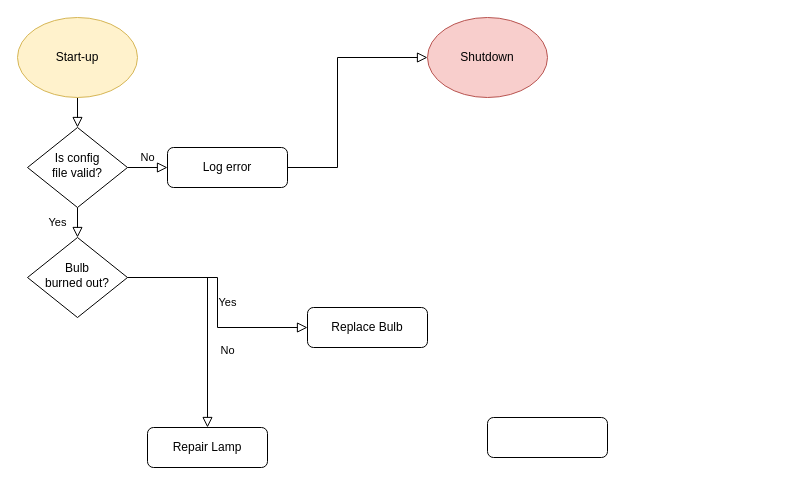
rchapin/backup_manager keeps this draw.io diagram as backupmanager/resources/drawio/backupmanager-process-flow.drawio. Above is the earlier version. Source tidied: cells renumbered, new cells numbered last; positions are measured from the earlier drawing's top-left corner, leaving out a move shared by most shapes. Both pictures are drawn from the tidied source at 100%, with x=0, y=0 at pixel (17, 17).
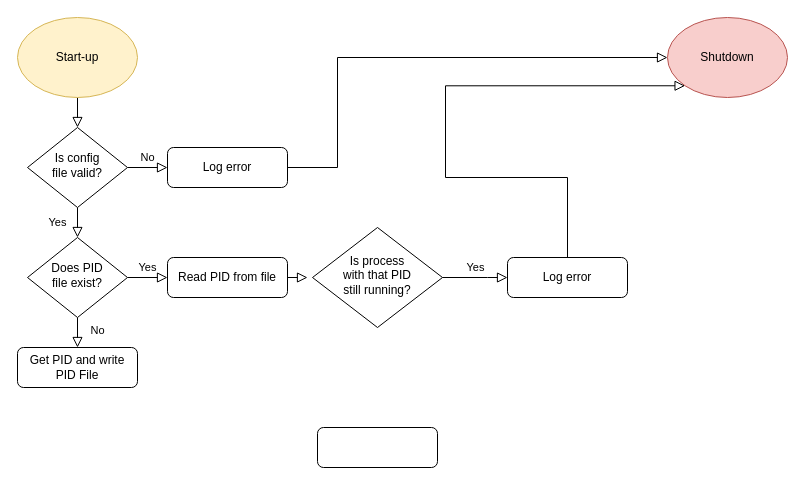
The same page after the edit.

Change to the diagram source:
```diff
@@
     <mxCell id="3" style="rounded=1;whiteSpace=wrap;html=1;fontSize=12;glass=0;strokeWidth=1;shadow=0;" parent="1" vertex="1">
-      <mxGeometry x="470" y="400" width="120" height="40" as="geometry" />
+      <mxGeometry x="300" y="410" width="120" height="40" as="geometry" />
     </mxCell>
@@
-    <mxCell id="10" value="Bulb&lt;br&gt;burned out?" style="rhombus;whiteSpace=wrap;html=1;shadow=0;fontFamily=Helvetica;fontSize=12;align=center;strokeWidth=1;spacing=6;spacingTop=-4;" parent="1" vertex="1">
+    <mxCell id="10" value="Does PID&lt;br&gt;file exist?" style="rhombus;whiteSpace=wrap;html=1;shadow=0;fontFamily=Helvetica;fontSize=12;align=center;strokeWidth=1;spacing=6;spacingTop=-4;" parent="1" vertex="1">
       <mxGeometry x="10" y="220" width="100" height="80" as="geometry" />
     </mxCell>
-    <mxCell id="11" value="Repair Lamp" style="rounded=1;whiteSpace=wrap;html=1;fontSize=12;glass=0;strokeWidth=1;shadow=0;" parent="1" vertex="1">
-      <mxGeometry x="130" y="410" width="120" height="40" as="geometry" />
+    <mxCell id="11" value="Get PID and write&lt;br&gt;PID File" style="rounded=1;whiteSpace=wrap;html=1;fontSize=12;glass=0;strokeWidth=1;shadow=0;" parent="1" vertex="1">
+      <mxGeometry y="330" width="120" height="40" as="geometry" />
     </mxCell>
-    <mxCell id="12" value="Replace Bulb" style="rounded=1;whiteSpace=wrap;html=1;fontSize=12;glass=0;strokeWidth=1;shadow=0;" parent="1" vertex="1">
-      <mxGeometry x="290" y="290" width="120" height="40" as="geometry" />
+    <mxCell id="12" value="Read PID from file" style="rounded=1;whiteSpace=wrap;html=1;fontSize=12;glass=0;strokeWidth=1;shadow=0;" parent="1" vertex="1">
+      <mxGeometry x="150" y="240" width="120" height="40" as="geometry" />
     </mxCell>
@@
     <mxCell id="14" value="Shutdown" style="ellipse;whiteSpace=wrap;html=1;fillColor=#f8cecc;strokeColor=#b85450;" parent="1" vertex="1">
-      <mxGeometry x="410" width="120" height="80" as="geometry" />
+      <mxGeometry x="650" width="120" height="80" as="geometry" />
     </mxCell>
@@
+    <mxCell id="16" value="Is process&lt;br&gt;with that PID&lt;br&gt;still running?" style="rhombus;whiteSpace=wrap;html=1;shadow=0;fontFamily=Helvetica;fontSize=12;align=center;strokeWidth=1;spacing=6;spacingTop=-4;" parent="1" vertex="1">
+      <mxGeometry x="295" y="210" width="130" height="100" as="geometry" />
+    </mxCell>
+    <mxCell id="17" value="Yes" style="edgeStyle=orthogonalEdgeStyle;rounded=0;html=1;jettySize=auto;fontSize=11;endArrow=block;endFill=0;endSize=8;strokeWidth=1;shadow=0;labelBackgroundColor=none;exitX=1;exitY=0.5;exitDx=0;exitDy=0;entryX=0;entryY=0.5;entryDx=0;entryDy=0;" parent="1" edge="1" source="16" target="18">
+      <mxGeometry y="10" relative="1" as="geometry">
+        <Array as="points">
+          <mxPoint x="470" y="260" />
+          <mxPoint x="470" y="260" />
+        </Array>
+      </mxGeometry>
+    </mxCell>
+    <mxCell id="18" value="Log error&lt;br&gt;" style="rounded=1;whiteSpace=wrap;html=1;fontSize=12;glass=0;strokeWidth=1;shadow=0;" parent="1" vertex="1">
+      <mxGeometry x="490" y="240" width="120" height="40" as="geometry" />
+    </mxCell>
+    <mxCell id="19" style="edgeStyle=orthogonalEdgeStyle;rounded=0;html=1;jettySize=auto;fontSize=11;endArrow=block;endFill=0;endSize=8;strokeWidth=1;shadow=0;labelBackgroundColor=none;entryX=0;entryY=1;entryDx=0;entryDy=0;" parent="1" edge="1" source="18" target="14">
+      <mxGeometry y="10" relative="1" as="geometry">
+        <Array as="points">
+          <mxPoint x="550" y="160" />
+          <mxPoint x="428" y="160" />
+        </Array>
+      </mxGeometry>
+    </mxCell>
+    <mxCell id="20" style="edgeStyle=orthogonalEdgeStyle;rounded=0;html=1;jettySize=auto;fontSize=11;endArrow=block;endFill=0;endSize=8;strokeWidth=1;shadow=0;labelBackgroundColor=none;exitX=1;exitY=0.5;exitDx=0;exitDy=0;" parent="1" edge="1" source="12">
+      <mxGeometry y="10" relative="1" as="geometry">
+        <mxPoint x="290" y="260" as="targetPoint" />
+      </mxGeometry>
+    </mxCell>
```
